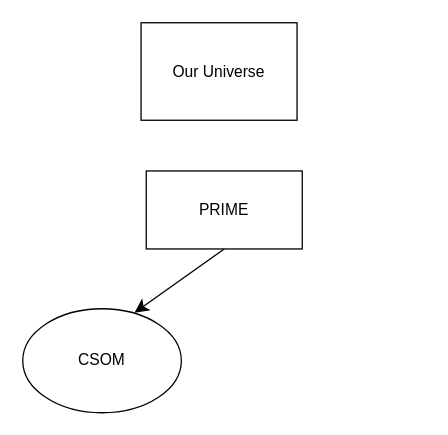
This is Untitled Diagram.drawio from absolutewaffle/absolutewaffle, a draw.io file, before an edit. Source tidied: cells renumbered, new cells numbered last; positions are measured from the earlier drawing's top-left corner, leaving out a move shared by most shapes. Both pictures are drawn from the tidied source at 130%, with x=0, y=0 at pixel (22, 22).
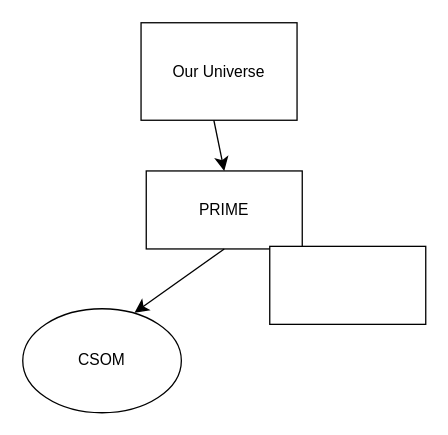
After the change.

The edit, as a diff of the source:
```diff
@@
 <mxGraphModel>
   <root>
     <mxCell id="0" />
     <mxCell id="1" parent="0" />
     <mxCell id="2" value="PRIME" style="whiteSpace=wrap;html=1;" parent="1" vertex="1">
       <mxGeometry x="95" y="114" width="120" height="60" as="geometry" />
     </mxCell>
     <mxCell id="3" value="CSOM" style="ellipse;whiteSpace=wrap;html=1;" parent="1" vertex="1">
       <mxGeometry y="220" width="122" height="80" as="geometry" />
     </mxCell>
     <mxCell id="4" style="edgeStyle=none;jettySize=auto;html=1;rounded=0;fontSize=12;startSize=8;endSize=8;curved=1;exitX=0.5;exitY=1;exitDx=0;exitDy=0;entryX=0.705;entryY=0.038;entryDx=0;entryDy=0;entryPerimeter=0;" parent="1" edge="1" source="2" target="3">
       <mxGeometry relative="1" as="geometry" />
     </mxCell>
     <mxCell id="5" value="Our Universe" style="whiteSpace=wrap;html=1;" parent="1" vertex="1">
       <mxGeometry x="91" width="120" height="75" as="geometry" />
     </mxCell>
+    <mxCell id="6" style="edgeStyle=none;jettySize=auto;html=1;rounded=0;fontSize=12;startSize=8;endSize=8;curved=1;exitX=0.5;exitY=1;exitDx=0;exitDy=0;entryX=0.5;entryY=0;entryDx=0;entryDy=0;" parent="1" edge="1" target="2">
+      <mxGeometry relative="1" as="geometry">
+        <mxPoint x="147" y="75" as="sourcePoint" />
+      </mxGeometry>
+    </mxCell>
+    <mxCell id="7" style="whiteSpace=wrap;html=1;" parent="1" vertex="1">
+      <mxGeometry x="190" y="172" width="120" height="60" as="geometry" />
+    </mxCell>
   </root>
 </mxGraphModel>
```
